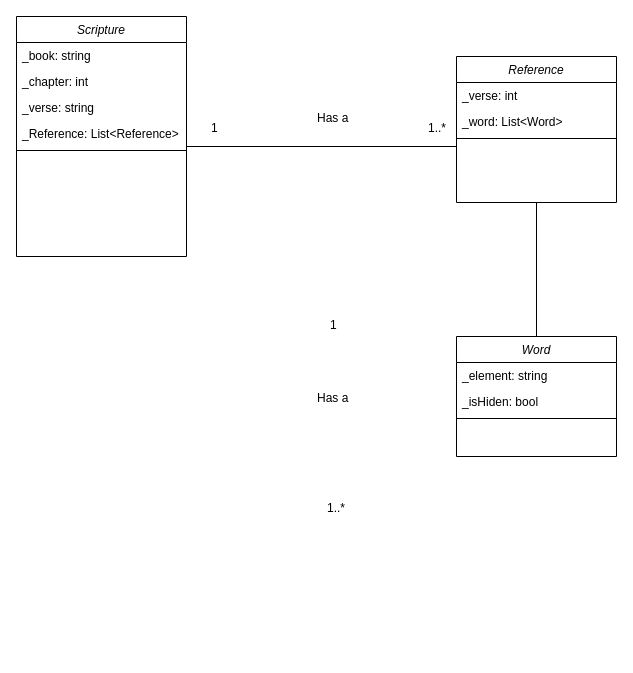
Above: assets/ScriptureMemo.drawio in neorgon/cse210-hw (draw.io), before the change. Source tidied: cells renumbered, new cells numbered last; positions are measured from the earlier drawing's top-left corner, leaving out a move shared by most shapes. Both pictures are drawn from the tidied source at 100%, with x=0, y=0 at pixel (16, 16).
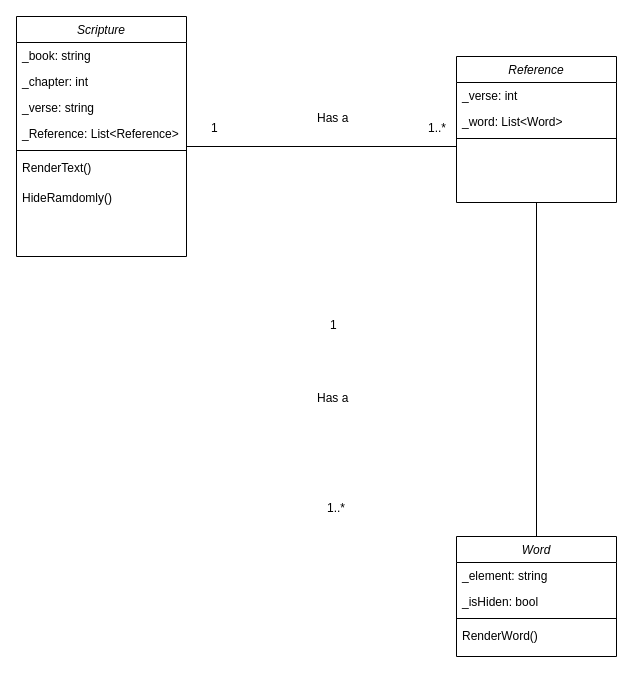
After the change.

Unchanged cells that the change refers to:
```xml
<mxCell id="13" value="Scripture" style="swimlane;fontStyle=2;align=center;verticalAlign=top;horizontal=1;startSize=26;rounded=0;shadow=0;strokeWidth=1;" parent="1" vertex="1">
  <mxGeometry width="170" height="240" as="geometry" />
</mxCell>
```

Diff of the diagram source:
```diff
@@
     <mxCell id="8" value="Word" style="swimlane;fontStyle=2;align=center;verticalAlign=top;horizontal=1;startSize=26;rounded=0;shadow=0;strokeWidth=1;" parent="1" vertex="1">
-      <mxGeometry x="440" y="320" width="160" height="120" as="geometry" />
+      <mxGeometry x="440" y="520" width="160" height="120" as="geometry" />
     </mxCell>
@@
+    <mxCell id="24" value="RenderWord()" style="text;align=left;verticalAlign=top;spacingLeft=4;spacingRight=4;overflow=hidden;" parent="8" vertex="1">
+      <mxGeometry y="86" width="160" height="30" as="geometry" />
+    </mxCell>
@@
+    <mxCell id="25" value="RenderText()" style="text;align=left;verticalAlign=top;spacingLeft=4;spacingRight=4;overflow=hidden;" parent="13" vertex="1">
+      <mxGeometry y="138" width="170" height="30" as="geometry" />
+    </mxCell>
+    <mxCell id="26" value="HideRamdomly()" style="text;align=left;verticalAlign=top;spacingLeft=4;spacingRight=4;overflow=hidden;" parent="13" vertex="1">
+      <mxGeometry y="168" width="170" height="30" as="geometry" />
+    </mxCell>
```
